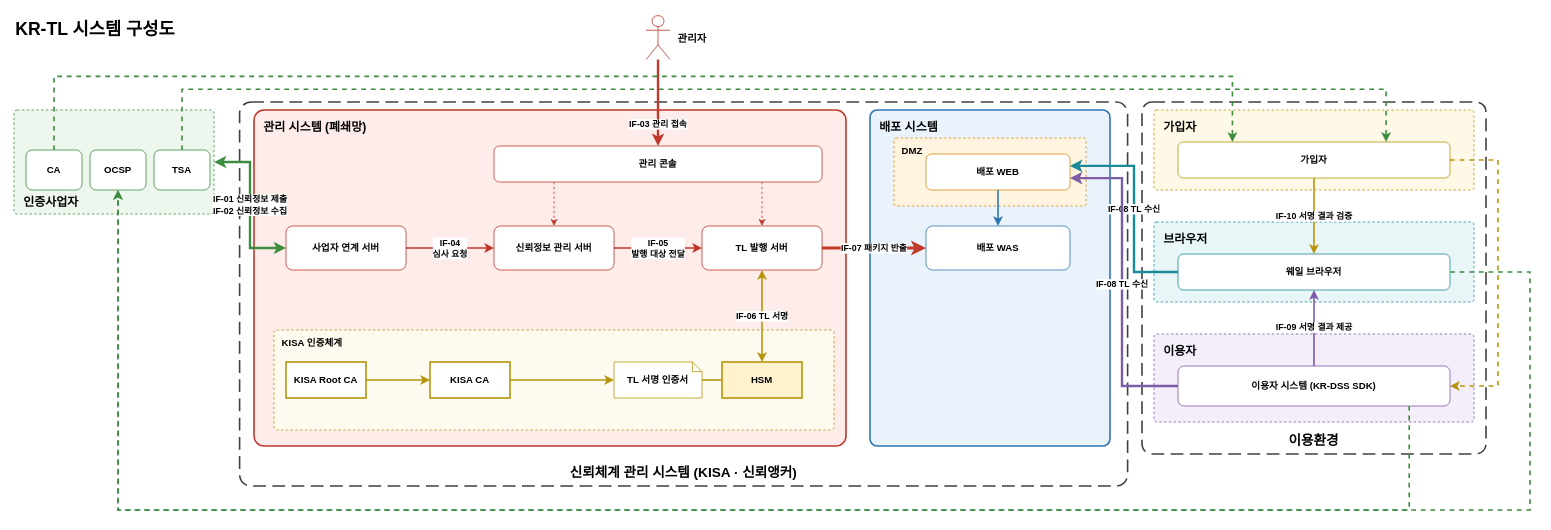
Earlier version of the draw.io diagram docs/design/KR-TL-관리시스템/diagrams/krtl-system.drawio (yongsungkim-electcerti/kr-dss). Source tidied: cells renumbered, new cells numbered last; positions are measured from the earlier drawing's top-left corner, leaving out a move shared by most shapes. Both pictures are drawn from the tidied source at 80%, with x=0, y=0 at pixel (14, 14).
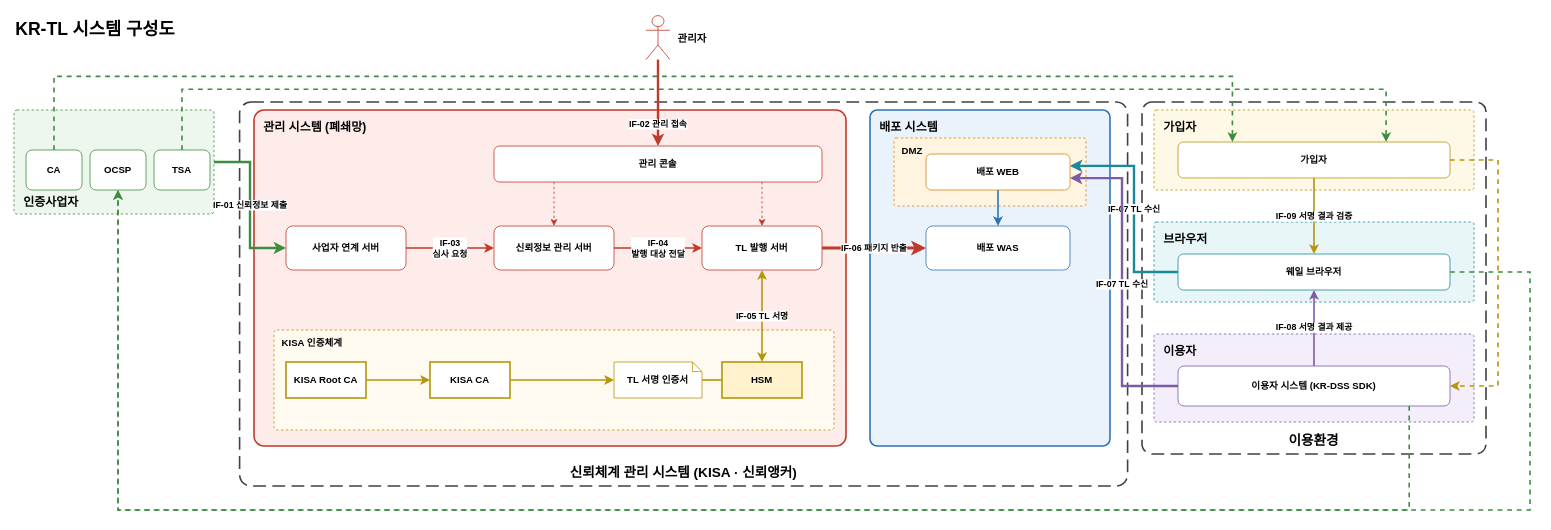
After the change.

Commit message (it also covers changes not shown here):
docs(kr-tl): 신뢰정보 제출·수집을 IF-01 신뢰정보 제출(사업자 → KISA) 하나로 통일 [claude]

Unchanged cells that the change refers to:
```xml
<mxCell id="5" value="인증사업자" style="rounded=1;arcSize=3;dashed=1;fillColor=#eef7ee;strokeColor=#3c8d40;strokeWidth=1;fontStyle=1;verticalAlign=bottom;align=left;spacingLeft=10;spacingBottom=4;fontSize=15;" parent="1" vertex="1">
  <mxGeometry y="120" width="250" height="130" as="geometry" />
</mxCell>
<mxCell id="16" value="&lt;b&gt;관리자&lt;/b&gt;" style="shape=umlActor;verticalLabelPosition=middle;labelPosition=right;align=left;spacingLeft=8;html=1;outlineConnect=0;fillColor=#ffffff;strokeColor=#c0392b;fontSize=13;" parent="1" vertex="1">
  <mxGeometry x="790" y="2" width="30" height="55" as="geometry" />
</mxCell>
<mxCell id="17" value="관리 콘솔" style="rounded=1;whiteSpace=wrap;html=1;fillColor=#ffffff;strokeColor=#c0392b;strokeWidth=1;fontStyle=1;" parent="1" vertex="1">
  <mxGeometry x="600" y="165" width="410" height="45" as="geometry" />
</mxCell>
<mxCell id="18" value="사업자 연계 서버" style="rounded=1;whiteSpace=wrap;html=1;fillColor=#ffffff;strokeColor=#c0392b;strokeWidth=1;fontStyle=1;" parent="1" vertex="1">
  <mxGeometry x="340" y="265" width="150" height="55" as="geometry" />
</mxCell>
<mxCell id="19" value="신뢰정보 관리 서버" style="rounded=1;whiteSpace=wrap;html=1;fillColor=#ffffff;strokeColor=#c0392b;strokeWidth=1;fontStyle=1;" parent="1" vertex="1">
  <mxGeometry x="600" y="265" width="150" height="55" as="geometry" />
</mxCell>
<mxCell id="20" value="TL 발행 서버" style="rounded=1;whiteSpace=wrap;html=1;fillColor=#ffffff;strokeColor=#c0392b;strokeWidth=1;fontStyle=1;" parent="1" vertex="1">
  <mxGeometry x="860" y="265" width="150" height="55" as="geometry" />
</mxCell>
<mxCell id="24" value="HSM" style="rounded=0;whiteSpace=wrap;html=1;fillColor=#fff2cc;strokeColor=#b7950b;strokeWidth=2;fontStyle=1;" parent="1" vertex="1">
  <mxGeometry x="885" y="435" width="100" height="45" as="geometry" />
</mxCell>
<mxCell id="25" value="배포 WEB" style="rounded=1;whiteSpace=wrap;html=1;fillColor=#ffffff;strokeColor=#d68910;strokeWidth=1;fontStyle=1;" parent="1" vertex="1">
  <mxGeometry x="1140" y="175" width="180" height="45" as="geometry" />
</mxCell>
<mxCell id="26" value="배포 WAS" style="rounded=1;whiteSpace=wrap;html=1;fillColor=#ffffff;strokeColor=#2e75b6;strokeWidth=1;fontStyle=1;" parent="1" vertex="1">
  <mxGeometry x="1140" y="265" width="180" height="55" as="geometry" />
</mxCell>
<mxCell id="27" value="가입자" style="rounded=1;whiteSpace=wrap;html=1;fillColor=#ffffff;strokeColor=#b7950b;strokeWidth=1;fontStyle=1;" parent="1" vertex="1">
  <mxGeometry x="1455" y="160" width="340" height="45" as="geometry" />
</mxCell>
<mxCell id="28" value="웨일 브라우저" style="rounded=1;whiteSpace=wrap;html=1;fillColor=#ffffff;strokeColor=#1a8a9a;strokeWidth=1;fontStyle=1;" parent="1" vertex="1">
  <mxGeometry x="1455" y="300" width="340" height="45" as="geometry" />
</mxCell>
<mxCell id="29" value="이용자 시스템 (KR-DSS SDK)" style="rounded=1;whiteSpace=wrap;html=1;fillColor=#ffffff;strokeColor=#7d5ba6;strokeWidth=1;fontStyle=1;" parent="1" vertex="1">
  <mxGeometry x="1455" y="440" width="340" height="50" as="geometry" />
</mxCell>
```

What changed in the source:
```diff
@@
-    <mxCell id="30" value="IF-01 신뢰정보 제출&lt;br&gt;IF-02 신뢰정보 수집" style="edgeStyle=orthogonalEdgeStyle;rounded=0;html=1;fontSize=11;fontStyle=1;labelBackgroundColor=#ffffff;strokeColor=#3c8d40;strokeWidth=3;exitX=1;exitY=0.5;entryX=0;entryY=0.5;startArrow=classic;" parent="1" edge="1" source="5" target="18">
+    <mxCell id="30" value="IF-01 신뢰정보 제출" style="edgeStyle=orthogonalEdgeStyle;rounded=0;html=1;fontSize=11;fontStyle=1;labelBackgroundColor=#ffffff;strokeColor=#3c8d40;strokeWidth=3;exitX=1;exitY=0.5;entryX=0;entryY=0.5;" parent="1" edge="1" source="5" target="18">
       <mxGeometry relative="1" as="geometry">
         <Array as="points">
           <mxPoint x="295" y="185" />
           <mxPoint x="295" y="292" />
         </Array>
       </mxGeometry>
     </mxCell>
-    <mxCell id="31" value="IF-03 관리 접속" style="edgeStyle=orthogonalEdgeStyle;rounded=0;html=1;fontSize=11;fontStyle=1;labelBackgroundColor=#ffffff;strokeColor=#c0392b;strokeWidth=3;exitX=0.5;exitY=1;entryX=0.5;entryY=0;" parent="1" edge="1" source="16" target="17">
+    <mxCell id="31" value="IF-02 관리 접속" style="edgeStyle=orthogonalEdgeStyle;rounded=0;html=1;fontSize=11;fontStyle=1;labelBackgroundColor=#ffffff;strokeColor=#c0392b;strokeWidth=3;exitX=0.5;exitY=1;entryX=0.5;entryY=0;" parent="1" edge="1" source="16" target="17">
       <mxGeometry x="0.5" relative="1" as="geometry" />
     </mxCell>
@@
-    <mxCell id="34" value="IF-04&lt;br&gt;심사 요청" style="edgeStyle=orthogonalEdgeStyle;rounded=0;html=1;fontSize=11;fontStyle=1;labelBackgroundColor=#ffffff;strokeColor=#c0392b;strokeWidth=2;exitX=1;exitY=0.5;entryX=0;entryY=0.5;" parent="1" edge="1" source="18" target="19">
+    <mxCell id="34" value="IF-03&lt;br&gt;심사 요청" style="edgeStyle=orthogonalEdgeStyle;rounded=0;html=1;fontSize=11;fontStyle=1;labelBackgroundColor=#ffffff;strokeColor=#c0392b;strokeWidth=2;exitX=1;exitY=0.5;entryX=0;entryY=0.5;" parent="1" edge="1" source="18" target="19">
       <mxGeometry relative="1" as="geometry" />
     </mxCell>
-    <mxCell id="35" value="IF-05&lt;br&gt;발행 대상 전달" style="edgeStyle=orthogonalEdgeStyle;rounded=0;html=1;fontSize=11;fontStyle=1;labelBackgroundColor=#ffffff;strokeColor=#c0392b;strokeWidth=2;exitX=1;exitY=0.5;entryX=0;entryY=0.5;" parent="1" edge="1" source="19" target="20">
+    <mxCell id="35" value="IF-04&lt;br&gt;발행 대상 전달" style="edgeStyle=orthogonalEdgeStyle;rounded=0;html=1;fontSize=11;fontStyle=1;labelBackgroundColor=#ffffff;strokeColor=#c0392b;strokeWidth=2;exitX=1;exitY=0.5;entryX=0;entryY=0.5;" parent="1" edge="1" source="19" target="20">
       <mxGeometry relative="1" as="geometry" />
     </mxCell>
-    <mxCell id="36" value="IF-06 TL 서명" style="edgeStyle=orthogonalEdgeStyle;rounded=0;html=1;fontSize=11;fontStyle=1;labelBackgroundColor=#ffffff;strokeColor=#b7950b;strokeWidth=2;exitX=0.5;exitY=1;entryX=0.5;entryY=0;startArrow=classic;" parent="1" edge="1" source="20" target="24">
+    <mxCell id="36" value="IF-05 TL 서명" style="edgeStyle=orthogonalEdgeStyle;rounded=0;html=1;fontSize=11;fontStyle=1;labelBackgroundColor=#ffffff;strokeColor=#b7950b;strokeWidth=2;exitX=0.5;exitY=1;entryX=0.5;entryY=0;startArrow=classic;" parent="1" edge="1" source="20" target="24">
       <mxGeometry relative="1" as="geometry" />
     </mxCell>
@@
-    <mxCell id="40" value="IF-07 패키지 반출" style="edgeStyle=orthogonalEdgeStyle;rounded=0;html=1;fontSize=11;fontStyle=1;labelBackgroundColor=#ffffff;strokeColor=#c0392b;strokeWidth=4;exitX=1;exitY=0.5;entryX=0;entryY=0.5;" parent="1" edge="1" source="20" target="26">
+    <mxCell id="40" value="IF-06 패키지 반출" style="edgeStyle=orthogonalEdgeStyle;rounded=0;html=1;fontSize=11;fontStyle=1;labelBackgroundColor=#ffffff;strokeColor=#c0392b;strokeWidth=4;exitX=1;exitY=0.5;entryX=0;entryY=0.5;" parent="1" edge="1" source="20" target="26">
       <mxGeometry relative="1" as="geometry" />
     </mxCell>
@@
-    <mxCell id="42" value="IF-08 TL 수신" style="edgeStyle=orthogonalEdgeStyle;rounded=0;html=1;fontSize=11;fontStyle=1;labelBackgroundColor=#ffffff;strokeColor=#1a8a9a;strokeWidth=3;exitX=0;exitY=0.5;entryX=1;entryY=0.33;" parent="1" edge="1" source="28" target="25">
+    <mxCell id="42" value="IF-07 TL 수신" style="edgeStyle=orthogonalEdgeStyle;rounded=0;html=1;fontSize=11;fontStyle=1;labelBackgroundColor=#ffffff;strokeColor=#1a8a9a;strokeWidth=3;exitX=0;exitY=0.5;entryX=1;entryY=0.33;" parent="1" edge="1" source="28" target="25">
       <mxGeometry relative="1" as="geometry">
         <Array as="points">
           <mxPoint x="1400" y="322" />
           <mxPoint x="1400" y="190" />
         </Array>
       </mxGeometry>
     </mxCell>
-    <mxCell id="43" value="IF-08 TL 수신" style="edgeStyle=orthogonalEdgeStyle;rounded=0;html=1;fontSize=11;fontStyle=1;labelBackgroundColor=#ffffff;strokeColor=#7d5ba6;strokeWidth=3;exitX=0;exitY=0.5;entryX=1;entryY=0.67;" parent="1" edge="1" source="29" target="25">
+    <mxCell id="43" value="IF-07 TL 수신" style="edgeStyle=orthogonalEdgeStyle;rounded=0;html=1;fontSize=11;fontStyle=1;labelBackgroundColor=#ffffff;strokeColor=#7d5ba6;strokeWidth=3;exitX=0;exitY=0.5;entryX=1;entryY=0.67;" parent="1" edge="1" source="29" target="25">
       <mxGeometry relative="1" as="geometry">
         <Array as="points">
           <mxPoint x="1385" y="465" />
           <mxPoint x="1385" y="205" />
         </Array>
       </mxGeometry>
     </mxCell>
@@
-    <mxCell id="47" value="IF-09 서명 결과 제공" style="edgeStyle=orthogonalEdgeStyle;rounded=0;html=1;fontSize=11;fontStyle=1;labelBackgroundColor=#ffffff;strokeColor=#7d5ba6;strokeWidth=2;exitX=0.5;exitY=0;entryX=0.5;entryY=1;" parent="1" edge="1" source="29" target="28">
+    <mxCell id="47" value="IF-08 서명 결과 제공" style="edgeStyle=orthogonalEdgeStyle;rounded=0;html=1;fontSize=11;fontStyle=1;labelBackgroundColor=#ffffff;strokeColor=#7d5ba6;strokeWidth=2;exitX=0.5;exitY=0;entryX=0.5;entryY=1;" parent="1" edge="1" source="29" target="28">
       <mxGeometry relative="1" as="geometry" />
     </mxCell>
-    <mxCell id="48" value="IF-10 서명 결과 검증" style="edgeStyle=orthogonalEdgeStyle;rounded=0;html=1;fontSize=11;fontStyle=1;labelBackgroundColor=#ffffff;strokeColor=#b7950b;strokeWidth=2;exitX=0.5;exitY=1;entryX=0.5;entryY=0;" parent="1" edge="1" source="27" target="28">
+    <mxCell id="48" value="IF-09 서명 결과 검증" style="edgeStyle=orthogonalEdgeStyle;rounded=0;html=1;fontSize=11;fontStyle=1;labelBackgroundColor=#ffffff;strokeColor=#b7950b;strokeWidth=2;exitX=0.5;exitY=1;entryX=0.5;entryY=0;" parent="1" edge="1" source="27" target="28">
       <mxGeometry relative="1" as="geometry" />
     </mxCell>
```
